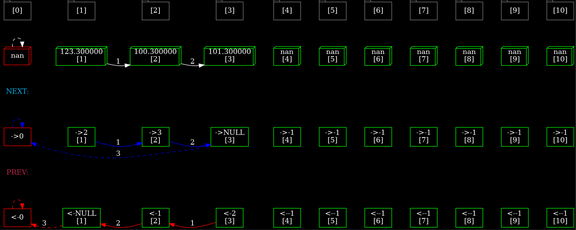
Before: test3.png, a diagram exported from Graphviz (KirillTFK/List). Its source is kept beside it as test3.dot. Its diagram source:
```dot
digraph
{
	bgcolor="#000000";
	rankdir = LR;
	edge [style = "invis"];
	node [fontcolor = white, shape = tab, color = "#818181"];

	"[0]"->"[1]"->"[2]"->"[3]"->"[4]"->"[5]"->"[6]"->"[7]"->"[8]"->"[9]"->"[10]"->"[9]"[weight = 400];

	node [shape = "box3d", color = green];
	"[0]"->"nan";
	"nan" [color = red];
	"nan"->"123.300000
[1]"->"100.300000
[2]"->"101.300000
[3]"->"nan
[4]"->"nan
[5]"->"nan
[6]"->"nan
[7]"->"nan
[8]"->"nan
[9]"->"nan
[10]"->"nan
[10]"[weight = 400]

	{rank = same; "nan"; "[0]"}
	{rank = same; "123.300000
[1]"; "[1]"}
	{rank = same; "100.300000
[2]"; "[2]"}
	{rank = same; "101.300000
[3]"; "[3]"}
	{rank = same; "nan
[4]"; "[4]"}
	{rank = same; "nan
[5]"; "[5]"}
	{rank = same; "nan
[6]"; "[6]"}
	{rank = same; "nan
[7]"; "[7]"}
	{rank = same; "nan
[8]"; "[8]"}
	{rank = same; "nan
[9]"; "[9]"}
	{rank = same; "nan
[10]"; "[10]"}

	"nan"->"nan" [style = "dashed", color = white]
	"123.300000
[1]"->"100.300000
[2]" [style = "", color = white, fontcolor = white, label = "1"]
	"100.300000
[2]"->"101.300000
[3]" [style = "", color = white, fontcolor = white, label = "2"]

	"NEXT:" [shape=none, fontcolor = "#03afe8"];
	"nan"->"NEXT:";
	node [shape = "polygon"];
	"NEXT:"->"->0";
	"->0"[color = red];
	"->0"->"->2
[1]"->"->3
[2]"->"->NULL
[3]"->"->-1
[4]"->"->-1
[5]"->"->-1
[6]"->"->-1
[7]"->"->-1
[8]"->"->-1
[9]"->"->-1
[10]"->"->-1
[10]"[weight = 400]

	{rank = same; "NEXT:"; "[0]"}
	{rank = same; "->0"; "[0]"}
	{rank = same; "->2
[1]"; "[1]"}
	{rank = same; "->3
[2]"; "[2]"}
	{rank = same; "->NULL
[3]"; "[3]"}
	{rank = same; "->-1
[4]"; "[4]"}
	{rank = same; "->-1
[5]"; "[5]"}
	{rank = same; "->-1
[6]"; "[6]"}
	{rank = same; "->-1
[7]"; "[7]"}
	{rank = same; "->-1
[8]"; "[8]"}
	{rank = same; "->-1
[9]"; "[9]"}
	{rank = same; "->-1
[10]"; "[10]"}

	"->0"->"->0" [style = "dashed", color = blue]
	"->2
[1]"->"->3
[2]" [style = "", color = blue, fontcolor = white, label = "1"]
	"->3
[2]"->"->NULL
[3]" [style = "", color = blue, fontcolor = white, label = "2"]
	"->NULL
[3]"->"->0" [style = "dashed", color = blue, fontcolor = white, label = "3"]

	"PREV:"[shape=none, fontcolor = "#bb2649"];
	"->0"->"PREV:";
	node [shape = "polygon"];
	"PREV:"->"<-0";
	"<-0"[color=red];
	"<-0"->"<-NULL
[1]"->"<-1
[2]"->"<-2
[3]"->"<--1
[4]"->"<--1
[5]"->"<--1
[6]"->"<--1
[7]"->"<--1
[8]"->"<--1
[9]"->"<--1
[10]"->"<--1
[10]"[weight = 400]

	{rank = same; "PREV:"; "[0]"}
	{rank = same; "<-0"; "[0]"}
	{rank = same; "<-NULL
[1]"; "[1]"}
	{rank = same; "<-1
[2]"; "[2]"}
	{rank = same; "<-2
[3]"; "[3]"}
	{rank = same; "<--1
[4]"; "[4]"}
	{rank = same; "<--1
[5]"; "[5]"}
	{rank = same; "<--1
[6]"; "[6]"}
	{rank = same; "<--1
[7]"; "[7]"}
	{rank = same; "<--1
[8]"; "[8]"}
	{rank = same; "<--1
[9]"; "[9]"}
	{rank = same; "<--1
[10]"; "[10]"}

	"<-0"->"<-0" [style = "dashed", color = red]
	"<-NULL
[1]"->"<-0" [style = "dashed", color = red, fontcolor = white, label = "3"]
	"<-1
[2]"->"<-NULL
[1]" [style = "", color = red, fontcolor = white, label = "2"]
	"<-2
[3]"->"<-1
[2]" [style = "", color = red, fontcolor = white, label = "1"]

	}
```
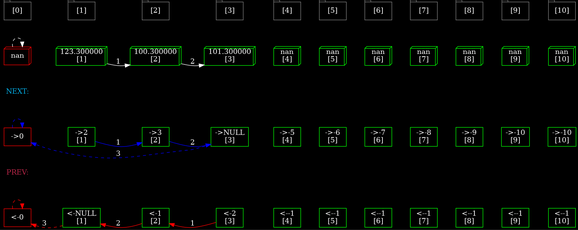
Later version of the same file.

What changed in the source:
```diff
@@ -61,14 +61,14 @@
 	"->0"->"->2
 [1]"->"->3
 [2]"->"->NULL
-[3]"->"->-1
-[4]"->"->-1
-[5]"->"->-1
-[6]"->"->-1
-[7]"->"->-1
-[8]"->"->-1
-[9]"->"->-1
-[10]"->"->-1
+[3]"->"->-5
+[4]"->"->-6
+[5]"->"->-7
+[6]"->"->-8
+[7]"->"->-9
+[8]"->"->-10
+[9]"->"->-10
+[10]"->"->-10
 [10]"[weight = 400]
 
 	{rank = same; "NEXT:"; "[0]"}
@@ -79,19 +79,19 @@
 [2]"; "[2]"}
 	{rank = same; "->NULL
 [3]"; "[3]"}
-	{rank = same; "->-1
+	{rank = same; "->-5
 [4]"; "[4]"}
-	{rank = same; "->-1
+	{rank = same; "->-6
 [5]"; "[5]"}
-	{rank = same; "->-1
+	{rank = same; "->-7
 [6]"; "[6]"}
-	{rank = same; "->-1
+	{rank = same; "->-8
 [7]"; "[7]"}
-	{rank = same; "->-1
+	{rank = same; "->-9
 [8]"; "[8]"}
-	{rank = same; "->-1
+	{rank = same; "->-10
 [9]"; "[9]"}
-	{rank = same; "->-1
+	{rank = same; "->-10
 [10]"; "[10]"}
 
 	"->0"->"->0" [style = "dashed", color = blue]
```
